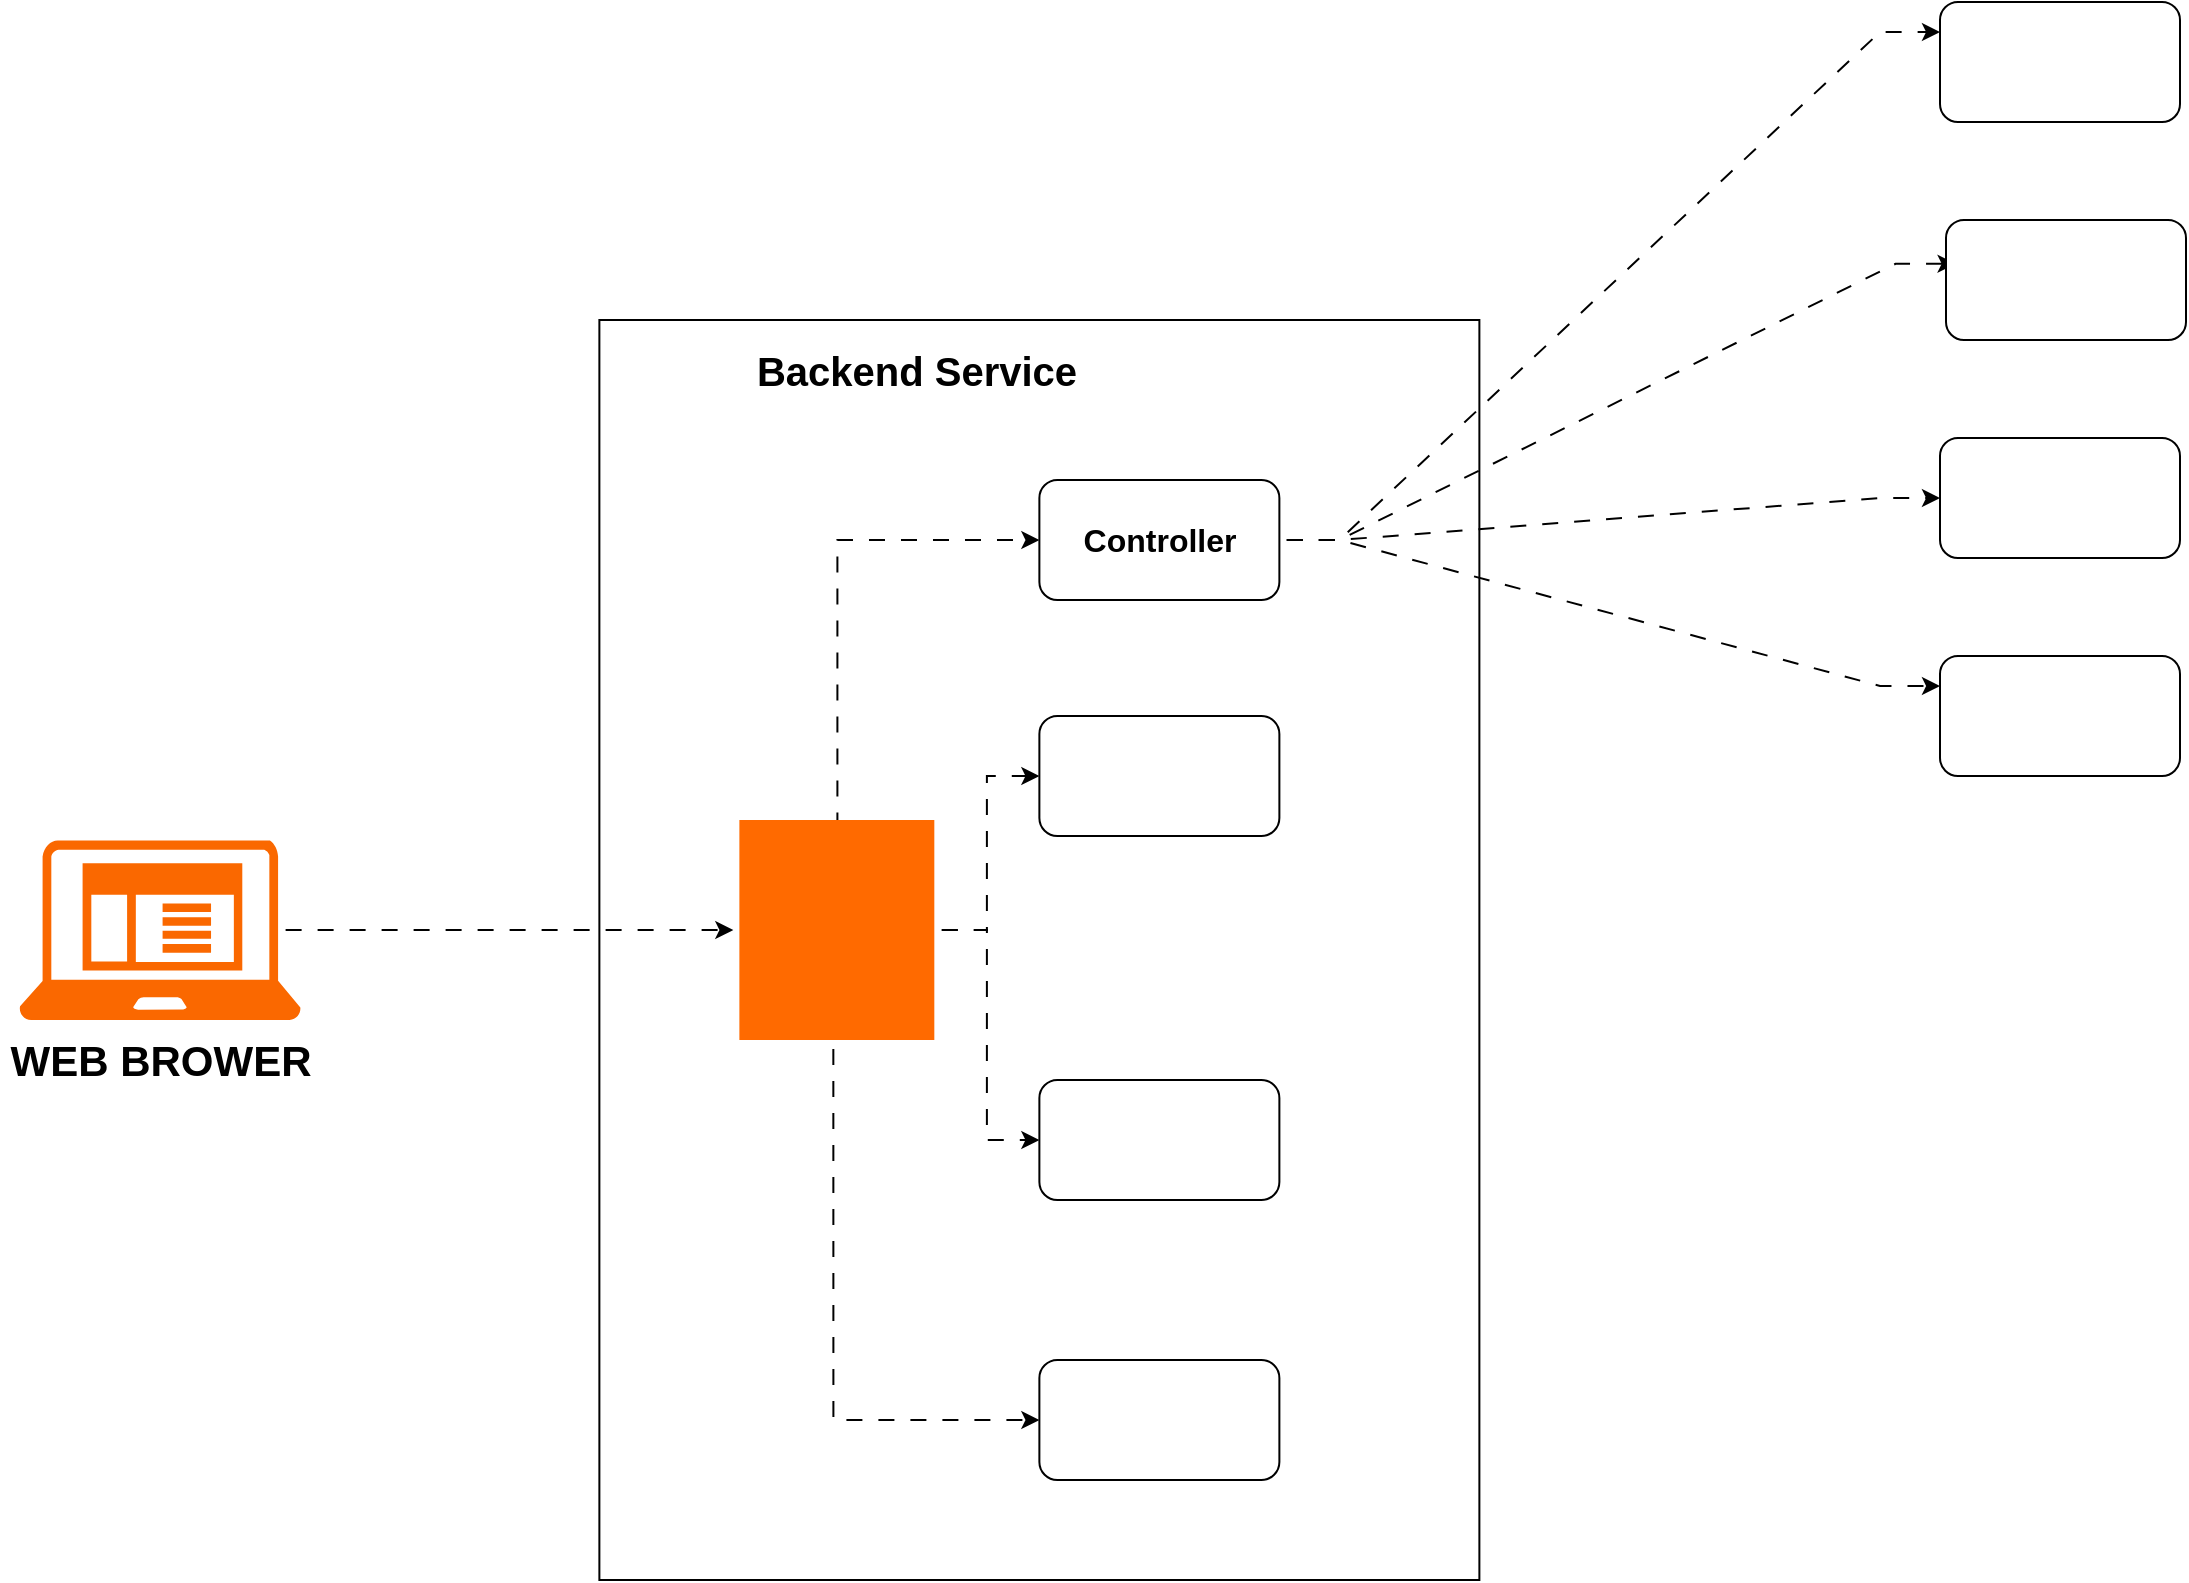
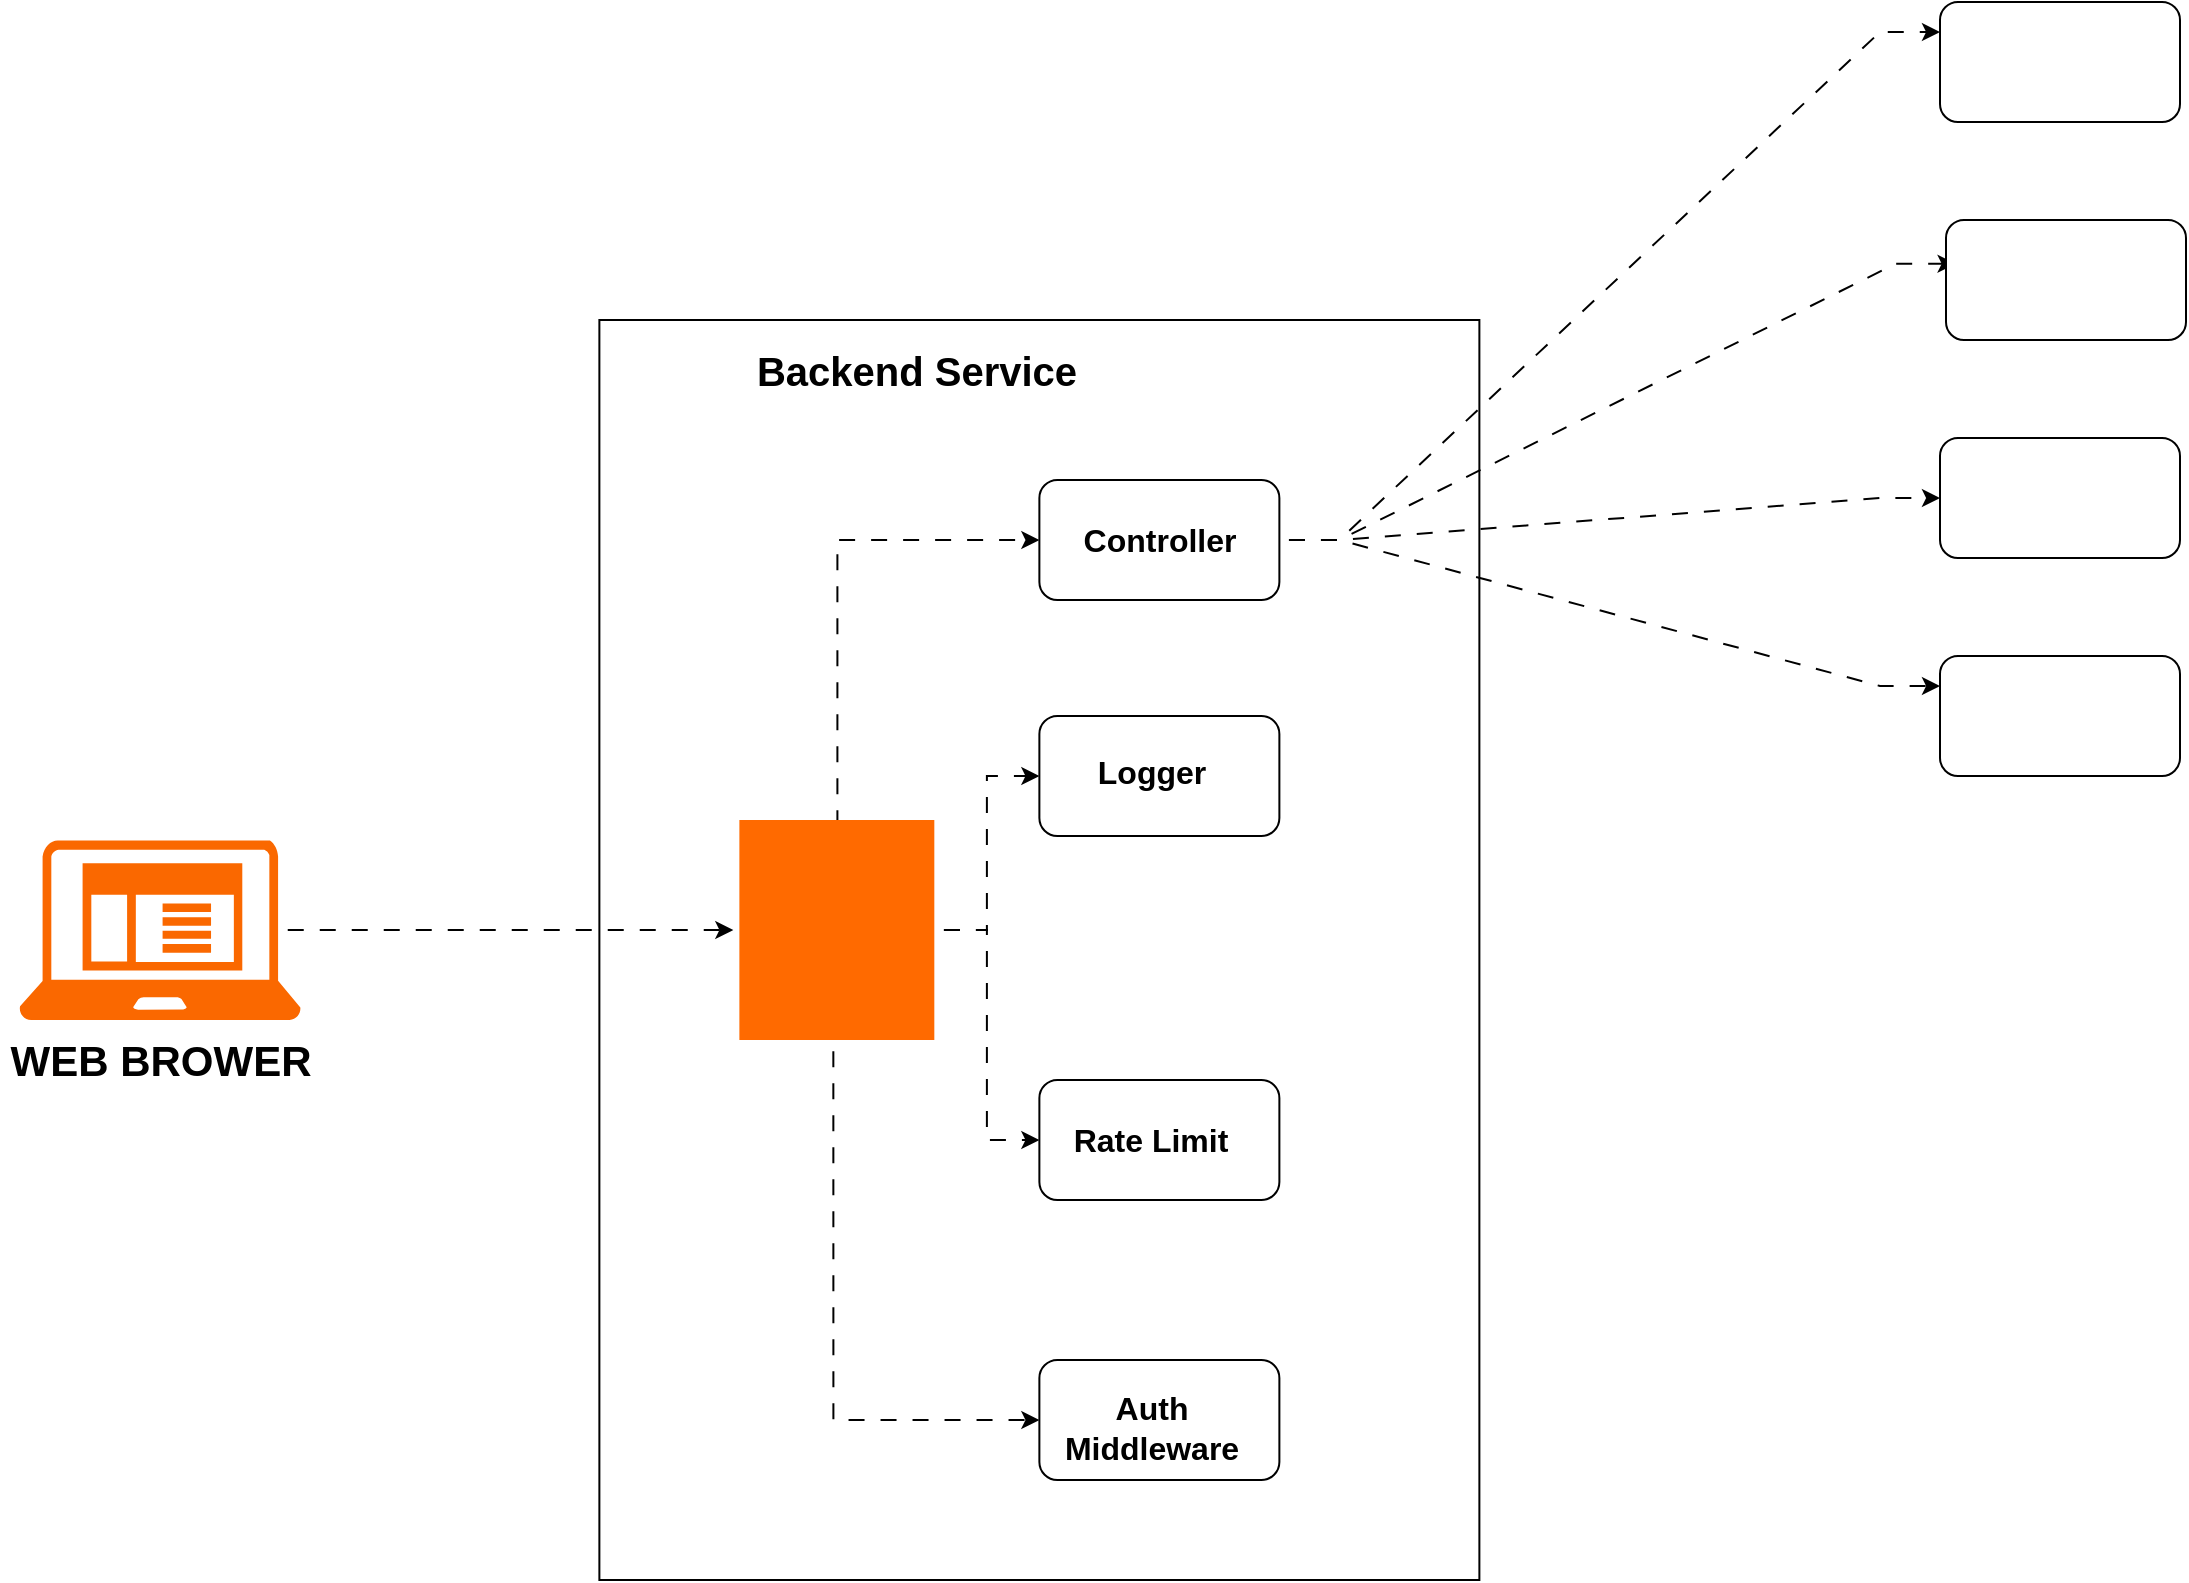
<mxfile host="app.diagrams.net">
  <diagram name="Page-1" id="7UVCSGgqXSfkHj33E3dt">
    <mxGraphModel dx="1664" dy="727" grid="0" gridSize="10" guides="1" tooltips="1" connect="1" arrows="1" fold="1" page="0" pageScale="1" pageWidth="3300" pageHeight="2339" background="none" math="0" shadow="0">
      <root>
        <mxCell id="0" />
        <mxCell id="1" parent="0" />
        <mxCell id="P68_ryrLO60qGplhXghF-5" parent="1" style="rounded=0;whiteSpace=wrap;html=1;" value="" vertex="1">
          <mxGeometry height="630" width="440" x="677.69" y="798" as="geometry" />
        </mxCell>
        <mxCell id="P68_ryrLO60qGplhXghF-1" parent="1" style="sketch=0;aspect=fixed;pointerEvents=1;shadow=0;dashed=0;html=1;strokeColor=none;labelPosition=center;verticalLabelPosition=bottom;verticalAlign=top;align=center;fillColor=#fa6800;shape=mxgraph.mscae.enterprise.client_application;fontColor=#000000;" value="" vertex="1">
          <mxGeometry height="90" width="140.63" x="387.69000000000005" y="1058" as="geometry" />
        </mxCell>
        <mxCell id="P68_ryrLO60qGplhXghF-12" edge="1" parent="1" source="P68_ryrLO60qGplhXghF-3" style="edgeStyle=orthogonalEdgeStyle;rounded=0;orthogonalLoop=1;jettySize=auto;html=1;entryX=0;entryY=0.5;entryDx=0;entryDy=0;exitX=0.533;exitY=0.045;exitDx=0;exitDy=0;exitPerimeter=0;flowAnimation=1;" target="P68_ryrLO60qGplhXghF-9">
          <mxGeometry relative="1" as="geometry">
            <Array as="points">
              <mxPoint x="796.69" y="1053" />
              <mxPoint x="796.69" y="908" />
            </Array>
          </mxGeometry>
        </mxCell>
        <mxCell id="P68_ryrLO60qGplhXghF-13" edge="1" parent="1" source="P68_ryrLO60qGplhXghF-3" style="edgeStyle=orthogonalEdgeStyle;rounded=0;orthogonalLoop=1;jettySize=auto;html=1;exitX=0.482;exitY=1.007;exitDx=0;exitDy=0;exitPerimeter=0;flowAnimation=1;" target="P68_ryrLO60qGplhXghF-6">
          <mxGeometry relative="1" as="geometry">
            <Array as="points">
              <mxPoint x="794.69" y="1348" />
            </Array>
          </mxGeometry>
        </mxCell>
        <mxCell id="P68_ryrLO60qGplhXghF-14" edge="1" parent="1" source="P68_ryrLO60qGplhXghF-3" style="edgeStyle=orthogonalEdgeStyle;rounded=0;orthogonalLoop=1;jettySize=auto;html=1;entryX=0;entryY=0.5;entryDx=0;entryDy=0;flowAnimation=1;" target="P68_ryrLO60qGplhXghF-8">
          <mxGeometry relative="1" as="geometry" />
        </mxCell>
        <mxCell id="P68_ryrLO60qGplhXghF-15" edge="1" parent="1" source="P68_ryrLO60qGplhXghF-3" style="edgeStyle=orthogonalEdgeStyle;rounded=0;orthogonalLoop=1;jettySize=auto;html=1;entryX=0;entryY=0.5;entryDx=0;entryDy=0;flowAnimation=1;" target="P68_ryrLO60qGplhXghF-7">
          <mxGeometry relative="1" as="geometry" />
        </mxCell>
        <mxCell id="P68_ryrLO60qGplhXghF-3" parent="1" style="points=[];aspect=fixed;html=1;align=center;shadow=0;dashed=0;fillColor=#FF6A00;strokeColor=none;shape=mxgraph.alibaba_cloud.nodejs_performance_platform;" value="" vertex="1">
          <mxGeometry height="110" width="97.47" x="747.69" y="1048" as="geometry" />
        </mxCell>
        <mxCell id="P68_ryrLO60qGplhXghF-4" edge="1" parent="1" source="P68_ryrLO60qGplhXghF-1" style="edgeStyle=orthogonalEdgeStyle;rounded=0;orthogonalLoop=1;jettySize=auto;html=1;exitX=0.92;exitY=0.5;exitDx=0;exitDy=0;exitPerimeter=0;entryX=-0.031;entryY=0.5;entryDx=0;entryDy=0;entryPerimeter=0;flowAnimation=1;" target="P68_ryrLO60qGplhXghF-3">
          <mxGeometry relative="1" as="geometry" />
        </mxCell>
        <mxCell id="P68_ryrLO60qGplhXghF-6" parent="1" style="rounded=1;whiteSpace=wrap;html=1;" value="" vertex="1">
          <mxGeometry height="60" width="120" x="897.69" y="1318" as="geometry" />
        </mxCell>
        <mxCell id="P68_ryrLO60qGplhXghF-7" parent="1" style="rounded=1;whiteSpace=wrap;html=1;" value="" vertex="1">
          <mxGeometry height="60" width="120" x="897.69" y="1178" as="geometry" />
        </mxCell>
        <mxCell id="P68_ryrLO60qGplhXghF-8" parent="1" style="rounded=1;whiteSpace=wrap;html=1;" value="" vertex="1">
          <mxGeometry height="60" width="120" x="897.69" y="996" as="geometry" />
        </mxCell>
        <mxCell id="P68_ryrLO60qGplhXghF-23" edge="1" parent="1" source="P68_ryrLO60qGplhXghF-9" style="edgeStyle=entityRelationEdgeStyle;rounded=0;orthogonalLoop=1;jettySize=auto;html=1;entryX=0;entryY=0.25;entryDx=0;entryDy=0;flowAnimation=1;" target="P68_ryrLO60qGplhXghF-19">
          <mxGeometry relative="1" as="geometry" />
        </mxCell>
        <mxCell id="P68_ryrLO60qGplhXghF-25" edge="1" parent="1" source="P68_ryrLO60qGplhXghF-9" style="edgeStyle=entityRelationEdgeStyle;rounded=0;orthogonalLoop=1;jettySize=auto;html=1;entryX=0.04;entryY=0.365;entryDx=0;entryDy=0;entryPerimeter=0;flowAnimation=1;elbow=vertical;" target="P68_ryrLO60qGplhXghF-21">
          <mxGeometry relative="1" as="geometry" />
        </mxCell>
        <mxCell id="P68_ryrLO60qGplhXghF-28" edge="1" parent="1" source="P68_ryrLO60qGplhXghF-9" style="edgeStyle=entityRelationEdgeStyle;rounded=0;orthogonalLoop=1;jettySize=auto;html=1;entryX=0;entryY=0.25;entryDx=0;entryDy=0;flowAnimation=1;" target="P68_ryrLO60qGplhXghF-22">
          <mxGeometry relative="1" as="geometry" />
        </mxCell>
        <mxCell id="P68_ryrLO60qGplhXghF-29" edge="1" parent="1" source="P68_ryrLO60qGplhXghF-9" style="edgeStyle=entityRelationEdgeStyle;rounded=0;orthogonalLoop=1;jettySize=auto;html=1;flowAnimation=1;" target="P68_ryrLO60qGplhXghF-20">
          <mxGeometry relative="1" as="geometry" />
        </mxCell>
        <mxCell id="P68_ryrLO60qGplhXghF-9" parent="1" style="rounded=1;whiteSpace=wrap;html=1;" value="" vertex="1">
          <mxGeometry height="60" width="120" x="897.69" y="878" as="geometry" />
        </mxCell>
        <mxCell id="P68_ryrLO60qGplhXghF-16" parent="1" style="text;strokeColor=none;fillColor=none;html=1;fontSize=20;fontStyle=1;verticalAlign=middle;align=center;autosizeText=1;" value="Backend Service" vertex="1">
          <mxGeometry height="40" width="160" x="756.0000000000001" y="803" as="geometry" />
        </mxCell>
        <mxCell id="P68_ryrLO60qGplhXghF-17" parent="1" style="text;html=1;whiteSpace=wrap;strokeColor=none;fillColor=none;align=center;verticalAlign=middle;rounded=0;fontStyle=1;fontSize=16;" value="Controller" vertex="1">
          <mxGeometry height="30" width="60" x="927.69" y="893" as="geometry" />
        </mxCell>
        <mxCell id="P68_ryrLO60qGplhXghF-18" parent="1" style="text;strokeColor=none;fillColor=none;html=1;fontSize=21;fontStyle=1;verticalAlign=middle;align=center;autosizeText=1;" value="WEB BROWER" vertex="1">
          <mxGeometry height="40" width="160" x="378" y="1148" as="geometry" />
        </mxCell>
        <mxCell id="P68_ryrLO60qGplhXghF-19" parent="1" style="rounded=1;whiteSpace=wrap;html=1;" value="" vertex="1">
          <mxGeometry height="60" width="120" x="1348" y="639" as="geometry" />
        </mxCell>
        <mxCell id="P68_ryrLO60qGplhXghF-20" parent="1" style="rounded=1;whiteSpace=wrap;html=1;" value="" vertex="1">
          <mxGeometry height="60" width="120" x="1348" y="857" as="geometry" />
        </mxCell>
        <mxCell id="P68_ryrLO60qGplhXghF-21" parent="1" style="rounded=1;whiteSpace=wrap;html=1;" value="" vertex="1">
          <mxGeometry height="60" width="120" x="1351" y="748" as="geometry" />
        </mxCell>
        <mxCell id="P68_ryrLO60qGplhXghF-22" parent="1" style="rounded=1;whiteSpace=wrap;html=1;" value="" vertex="1">
          <mxGeometry height="60" width="120" x="1348" y="966" as="geometry" />
        </mxCell>
+         <mxCell id="Rg8kv41HFo1m6vScDtBl-1" parent="1" style="text;html=1;whiteSpace=wrap;strokeColor=none;fillColor=none;align=center;verticalAlign=middle;rounded=0;fontStyle=1;fontSize=16;" value="Auth Middleware" vertex="1">
+           <mxGeometry height="30" width="60" x="924" y="1337" as="geometry" />
+         </mxCell>
+         <mxCell id="Rg8kv41HFo1m6vScDtBl-3" parent="1" style="text;html=1;whiteSpace=wrap;strokeColor=none;fillColor=none;align=center;verticalAlign=middle;rounded=0;" value="&lt;b&gt;&lt;font style=&quot;font-size: 16px;&quot;&gt;Rate Limit&lt;/font&gt;&lt;/b&gt;" vertex="1">
+           <mxGeometry height="30" width="81.31" x="913.34" y="1193" as="geometry" />
+         </mxCell>
+         <mxCell id="Rg8kv41HFo1m6vScDtBl-4" parent="1" style="text;html=1;whiteSpace=wrap;strokeColor=none;fillColor=none;align=center;verticalAlign=middle;rounded=0;fontSize=16;fontStyle=1" value="Logger" vertex="1">
+           <mxGeometry height="30" width="60" x="924" y="1009" as="geometry" />
+         </mxCell>
      </root>
    </mxGraphModel>
  </diagram>
</mxfile>
